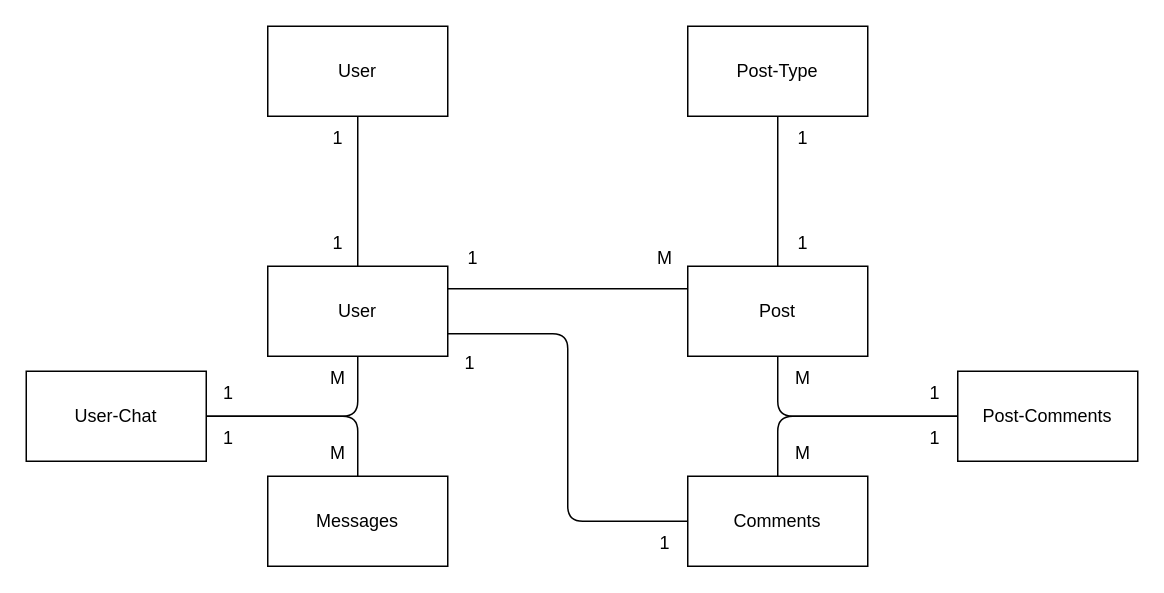
Earlier version of the draw.io diagram .doc/database/design.drawio (AndresMpa/writing-lab). Source tidied: cells renumbered, new cells numbered last; positions are measured from the earlier drawing's top-left corner, leaving out a move shared by most shapes. Both pictures are drawn from the tidied source at 150%, with x=0, y=0 at pixel (26, 26).
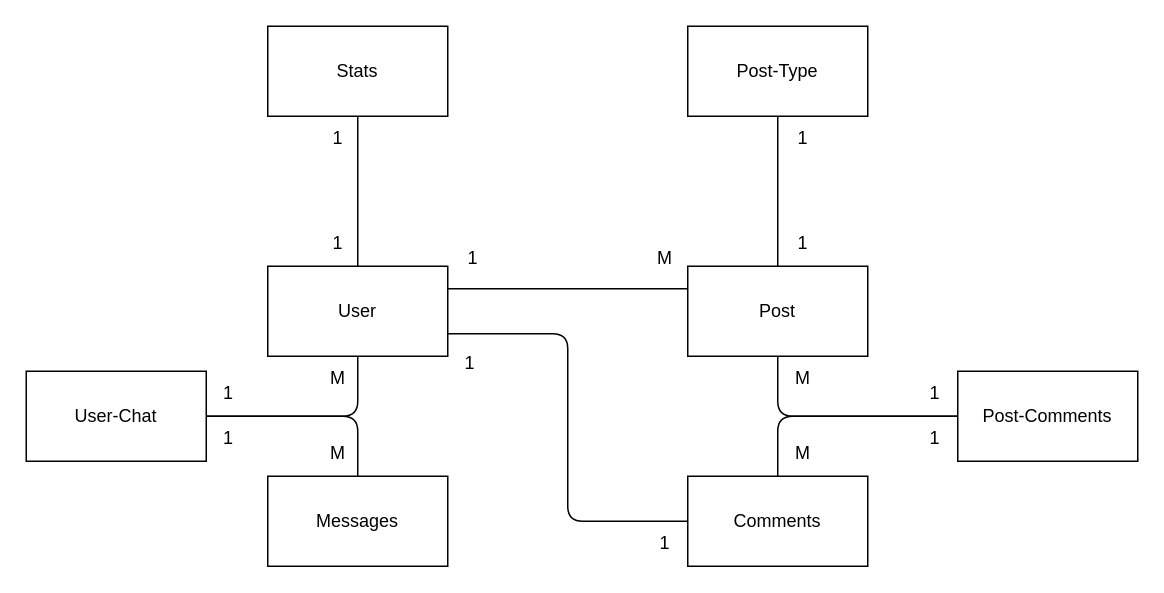
The same diagram, later.

Diff of the diagram source:
```diff
@@
-    <mxCell id="8" value="User" style="rounded=0;whiteSpace=wrap;html=1;" parent="1" vertex="1">
+    <mxCell id="8" value="Stats" style="rounded=0;whiteSpace=wrap;html=1;" parent="1" vertex="1">
       <mxGeometry x="161" width="120" height="60" as="geometry" />
     </mxCell>
```
